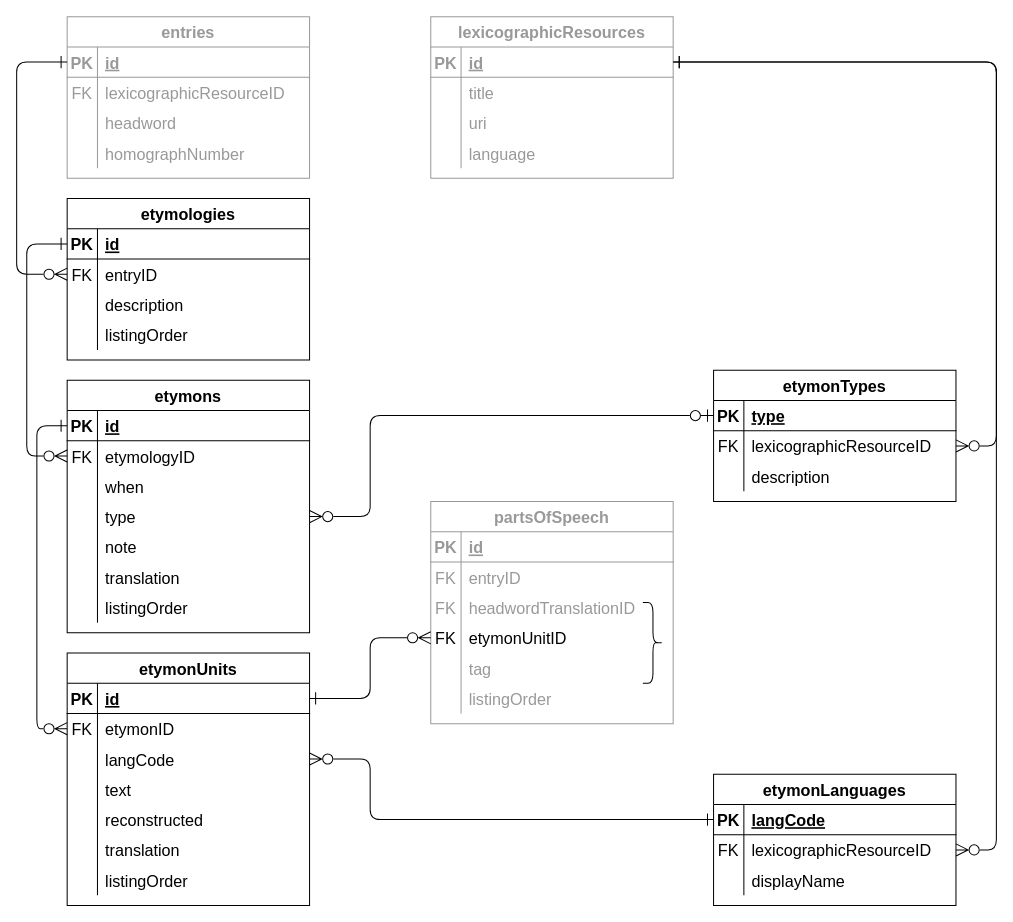
Before: dmlex-v1.0/specification/serializations/RDB/databaseDiagrams/etymology.drawio in oasis-tcs/lexidma, a draw.io diagram. Source tidied: cells renumbered, new cells numbered last; positions are measured from the earlier drawing's top-left corner, leaving out a move shared by most shapes. Both pictures are drawn from the tidied source at 101%, with x=0, y=0 at pixel (16, 16).
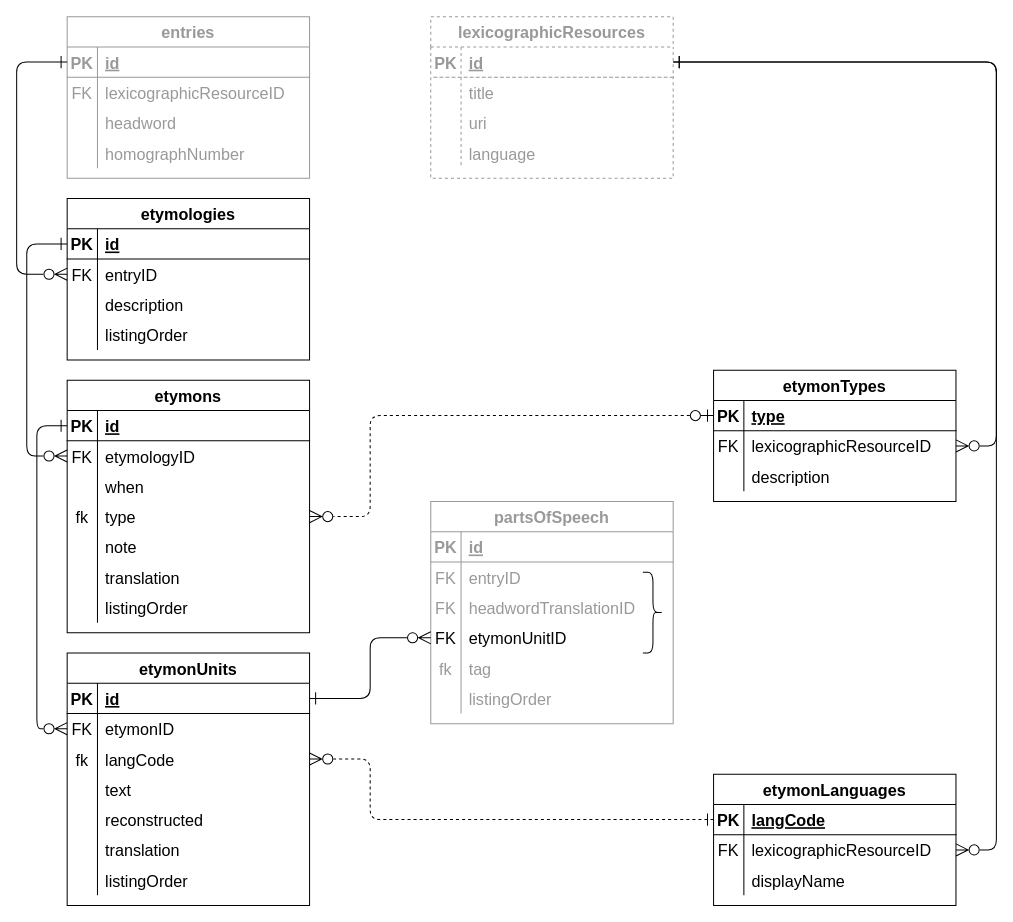
The same page after the edit.

The change refers to these unchanged cells:
```xml
<mxCell id="51" style="shape=tableRow;horizontal=0;startSize=0;swimlaneHead=0;swimlaneBody=0;fillColor=none;points=[[0,0.5],[1,0.5]];portConstraint=eastwest;top=0;left=0;right=0;bottom=0;fontSize=16;" parent="41" vertex="1">
  <mxGeometry y="120" width="240" height="30" as="geometry" />
</mxCell>
<mxCell id="70" style="shape=tableRow;horizontal=0;startSize=0;swimlaneHead=0;swimlaneBody=0;fillColor=none;points=[[0,0.5],[1,0.5]];portConstraint=eastwest;top=0;left=0;right=0;bottom=0;fontSize=16;" parent="63" vertex="1">
  <mxGeometry y="90" width="240" height="30" as="geometry" />
</mxCell>
<mxCell id="89" style="shape=tableRow;horizontal=0;startSize=0;swimlaneHead=0;swimlaneBody=0;fillColor=none;points=[[0,0.5],[1,0.5]];portConstraint=eastwest;top=0;left=0;right=0;bottom=1;fontSize=16;" parent="88" vertex="1">
  <mxGeometry y="30" width="240" height="30" as="geometry" />
</mxCell>
<mxCell id="99" style="shape=tableRow;horizontal=0;startSize=0;swimlaneHead=0;swimlaneBody=0;fillColor=none;points=[[0,0.5],[1,0.5]];portConstraint=eastwest;top=0;left=0;right=0;bottom=1;fontSize=16;" parent="98" vertex="1">
  <mxGeometry y="30" width="240" height="30" as="geometry" />
</mxCell>
<mxCell id="121" style="shape=tableRow;horizontal=0;startSize=0;swimlaneHead=0;swimlaneBody=0;fillColor=none;top=0;left=0;right=0;bottom=0;fontSize=16;fontColor=#999999;strokeColor=#999999;" parent="108" vertex="1">
  <mxGeometry y="150" width="240" height="30" as="geometry" />
</mxCell>
```

What changed in the source:
```diff
@@
-    <mxCell id="15" value="lexicographicResources" style="shape=table;startSize=30;childLayout=tableLayout;rowLines=0;fontStyle=1;align=center;fontSize=16;strokeColor=#999999;fontColor=#999999;" parent="1" vertex="1">
+    <mxCell id="15" value="lexicographicResources" style="shape=table;startSize=30;childLayout=tableLayout;rowLines=0;fontStyle=1;align=center;fontSize=16;strokeColor=#999999;fontColor=#999999;dashed=1;" parent="1" vertex="1">
       <mxGeometry x="410" width="240" height="160" as="geometry" />
     </mxCell>
-    <mxCell id="16" style="shape=tableRow;horizontal=0;startSize=0;swimlaneHead=0;swimlaneBody=0;fillColor=none;points=[[0,0.5],[1,0.5]];portConstraint=eastwest;top=0;left=0;right=0;bottom=1;fontSize=16;strokeColor=#999999;fontColor=#999999;" parent="15" vertex="1">
+    <mxCell id="16" style="shape=tableRow;horizontal=0;startSize=0;swimlaneHead=0;swimlaneBody=0;fillColor=none;points=[[0,0.5],[1,0.5]];portConstraint=eastwest;top=0;left=0;right=0;bottom=1;fontSize=16;strokeColor=#999999;fontColor=#999999;dashed=1;" parent="15" vertex="1">
       <mxGeometry y="30" width="240" height="30" as="geometry" />
     </mxCell>
@@
-    <mxCell id="52" style="shape=partialRectangle;fillColor=none;top=0;left=0;bottom=0;right=0;overflow=hidden;fontSize=16;" parent="51" vertex="1">
+    <mxCell id="52" value="fk" style="shape=partialRectangle;fillColor=none;top=0;left=0;bottom=0;right=0;overflow=hidden;fontSize=16;" parent="51" vertex="1">
       <mxGeometry width="30" height="30" as="geometry" />
     </mxCell>
@@
-    <mxCell id="71" style="shape=partialRectangle;fillColor=none;top=0;left=0;bottom=0;right=0;overflow=hidden;fontSize=16;" parent="70" vertex="1">
+    <mxCell id="71" value="fk" style="shape=partialRectangle;fillColor=none;top=0;left=0;bottom=0;right=0;overflow=hidden;fontSize=16;" parent="70" vertex="1">
       <mxGeometry width="30" height="30" as="geometry" />
     </mxCell>
@@
-    <mxCell id="122" style="shape=partialRectangle;fillColor=none;top=0;left=0;bottom=0;right=0;overflow=hidden;fontSize=16;fontColor=#999999;strokeColor=#999999;" parent="121" vertex="1">
+    <mxCell id="122" value="fk" style="shape=partialRectangle;fillColor=none;top=0;left=0;bottom=0;right=0;overflow=hidden;fontSize=16;fontColor=#999999;strokeColor=#999999;" parent="121" vertex="1">
       <mxGeometry width="30" height="30" as="geometry" />
     </mxCell>
@@
     <mxCell id="127" style="shape=curlyBracket;whiteSpace=wrap;html=1;rounded=1;flipH=1;strokeColor=#000000;fontFamily=Helvetica;fontSize=12;fontColor=#999999;" parent="1" vertex="1">
-      <mxGeometry x="620" y="580" width="20" height="80" as="geometry" />
+      <mxGeometry x="620" y="550" width="20" height="80" as="geometry" />
     </mxCell>
@@
-    <mxCell id="130" style="edgeStyle=orthogonalEdgeStyle;shape=connector;rounded=1;jettySize=auto;html=1;exitX=0;exitY=0.5;exitDx=0;exitDy=0;entryX=1;entryY=0.5;entryDx=0;entryDy=0;labelBackgroundColor=default;strokeColor=default;fontFamily=Helvetica;fontSize=11;fontColor=#000000;startArrow=ERzeroToOne;startFill=0;endArrow=ERzeroToMany;endFill=0;startSize=10;endSize=10;" parent="1" edge="1" source="99" target="51">
+    <mxCell id="130" style="edgeStyle=orthogonalEdgeStyle;shape=connector;rounded=1;jettySize=auto;html=1;exitX=0;exitY=0.5;exitDx=0;exitDy=0;entryX=1;entryY=0.5;entryDx=0;entryDy=0;labelBackgroundColor=default;strokeColor=default;fontFamily=Helvetica;fontSize=11;fontColor=#000000;startArrow=ERzeroToOne;startFill=0;endArrow=ERzeroToMany;endFill=0;startSize=10;endSize=10;dashed=1;" parent="1" edge="1" source="99" target="51">
       <mxGeometry relative="1" as="geometry">
         <Array as="points">
           <mxPoint x="350" y="395" />
           <mxPoint x="350" y="495" />
         </Array>
       </mxGeometry>
     </mxCell>
@@
-    <mxCell id="132" style="edgeStyle=orthogonalEdgeStyle;shape=connector;rounded=1;jettySize=auto;html=1;exitX=0;exitY=0.5;exitDx=0;exitDy=0;entryX=1;entryY=0.5;entryDx=0;entryDy=0;labelBackgroundColor=default;strokeColor=default;fontFamily=Helvetica;fontSize=11;fontColor=#000000;startArrow=ERone;startFill=0;endArrow=ERzeroToMany;endFill=0;startSize=10;endSize=10;" parent="1" edge="1" source="89" target="70">
+    <mxCell id="132" style="edgeStyle=orthogonalEdgeStyle;shape=connector;rounded=1;jettySize=auto;html=1;exitX=0;exitY=0.5;exitDx=0;exitDy=0;entryX=1;entryY=0.5;entryDx=0;entryDy=0;labelBackgroundColor=default;strokeColor=default;fontFamily=Helvetica;fontSize=11;fontColor=#000000;startArrow=ERone;startFill=0;endArrow=ERzeroToMany;endFill=0;startSize=10;endSize=10;dashed=1;" parent="1" edge="1" source="89" target="70">
       <mxGeometry relative="1" as="geometry">
         <Array as="points">
           <mxPoint x="350" y="795" />
           <mxPoint x="350" y="735" />
         </Array>
       </mxGeometry>
     </mxCell>
```
